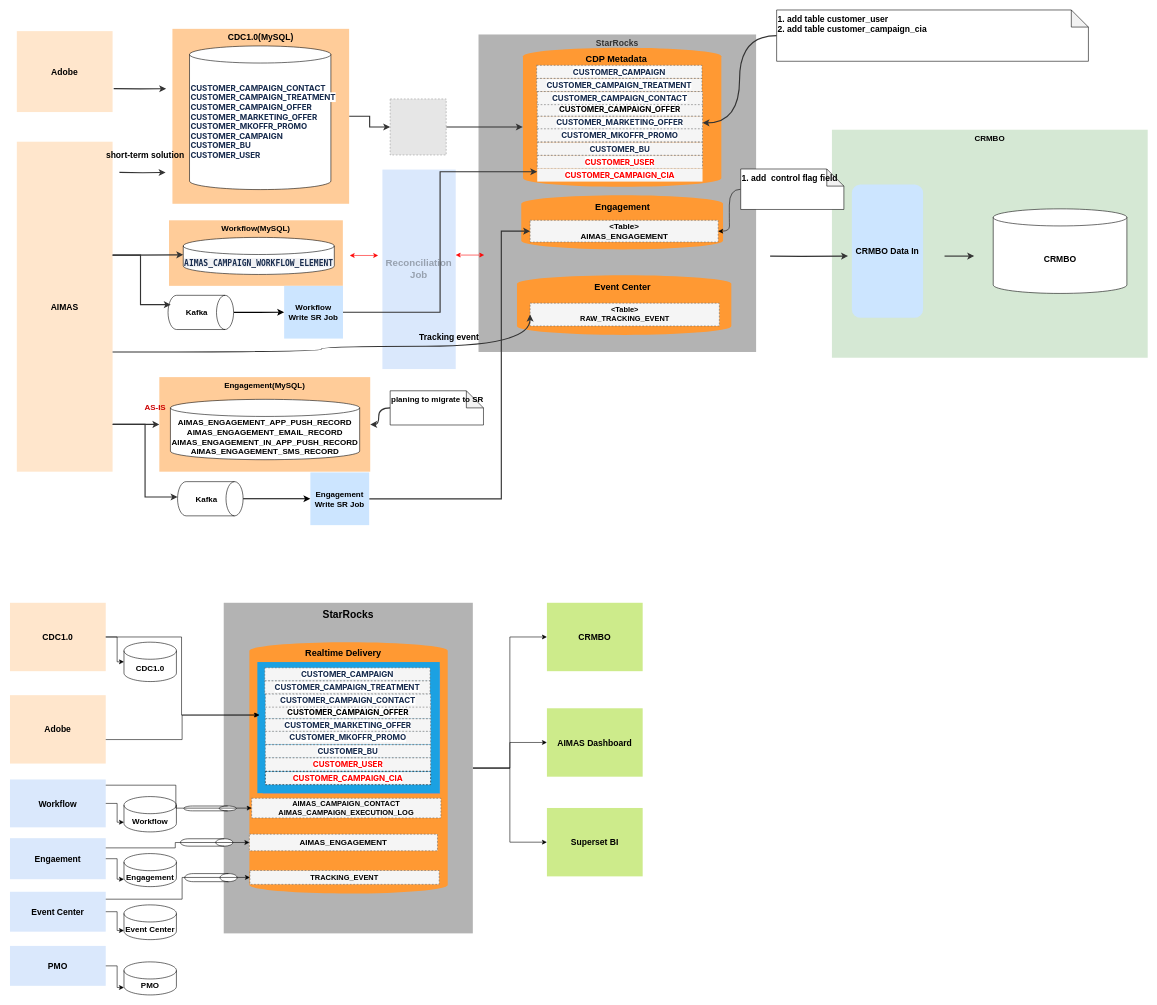
This is techlab/EDP/CRBO data integration strategy V2.drawio from qiufang1314/drawio, a draw.io file, before an edit. Source tidied: cells renumbered, new cells numbered last; positions are measured from the earlier drawing's top-left corner, leaving out a move shared by most shapes. Both pictures are drawn from the tidied source at 57%, with x=0, y=0 at pixel (10, 10). Pictures stored in the file or linked from it are replaced by grey dashed boxes.
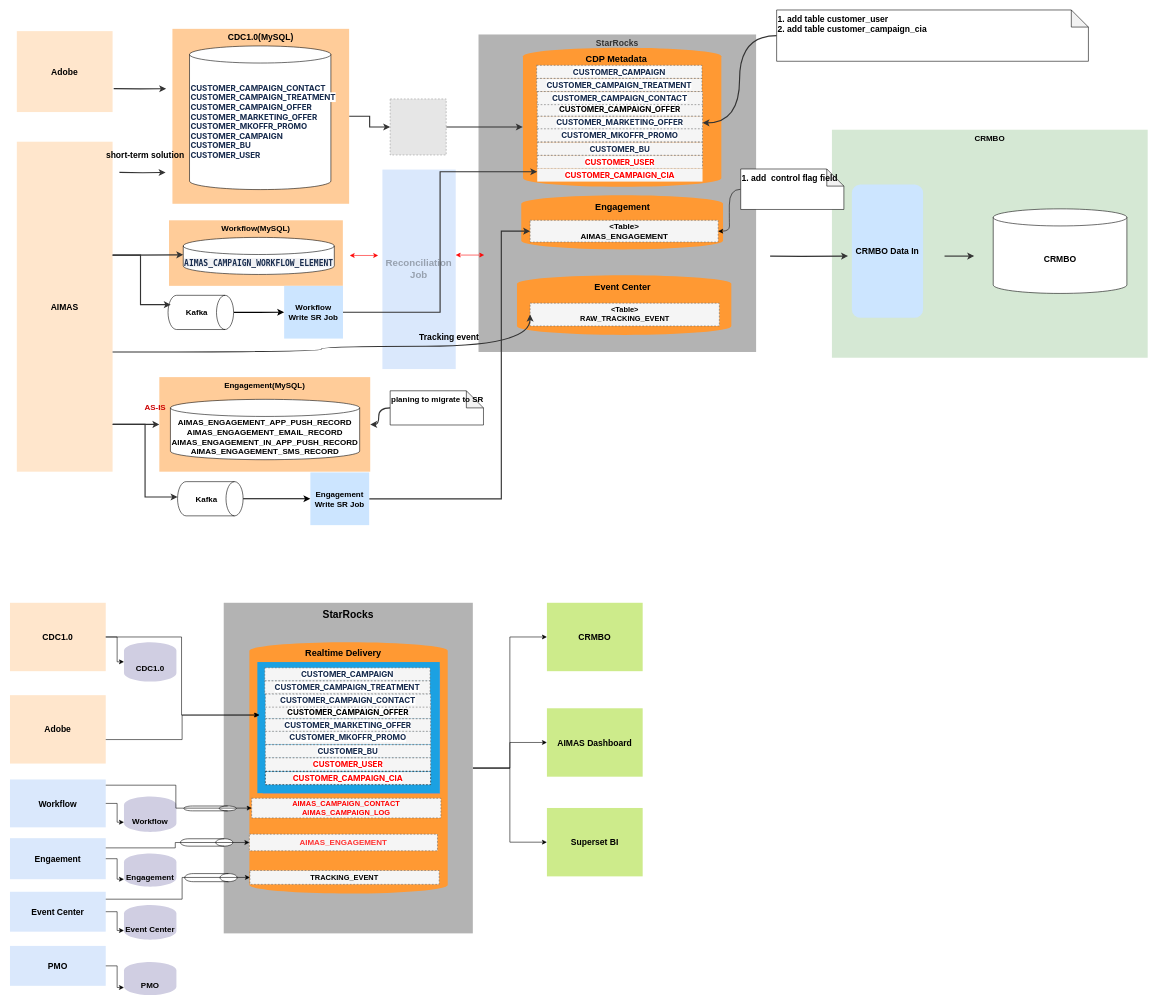
The same page after the edit.

What changed in the source:
```diff
@@
-    <mxCell id="87" value="CDC1.0" style="shape=cylinder3;whiteSpace=wrap;html=1;boundedLbl=1;backgroundOutline=1;size=15;fontSize=14;fontStyle=1;" parent="1" vertex="1">
+    <mxCell id="87" value="CDC1.0" style="shape=cylinder3;whiteSpace=wrap;html=1;boundedLbl=1;backgroundOutline=1;size=15;fontSize=14;fontStyle=1;fillColor=#d0cee2;strokeColor=none;" parent="1" vertex="1">
       <mxGeometry x="200" y="1109.1" width="92" height="69.1" as="geometry" />
     </mxCell>
-    <mxCell id="88" value="Workflow" style="shape=cylinder3;whiteSpace=wrap;html=1;boundedLbl=1;backgroundOutline=1;size=15;fontSize=14;fontStyle=1;" parent="1" vertex="1">
+    <mxCell id="88" value="Workflow" style="shape=cylinder3;whiteSpace=wrap;html=1;boundedLbl=1;backgroundOutline=1;size=15;fontSize=14;fontStyle=1;fillColor=#d0cee2;strokeColor=none;" parent="1" vertex="1">
       <mxGeometry x="200" y="1380" width="92" height="62" as="geometry" />
     </mxCell>
-    <mxCell id="89" value="Engagement" style="shape=cylinder3;whiteSpace=wrap;html=1;boundedLbl=1;backgroundOutline=1;size=15;fontSize=14;fontStyle=1;" parent="1" vertex="1">
+    <mxCell id="89" value="Engagement" style="shape=cylinder3;whiteSpace=wrap;html=1;boundedLbl=1;backgroundOutline=1;size=15;fontSize=14;fontStyle=1;fillColor=#d0cee2;strokeColor=none;" parent="1" vertex="1">
       <mxGeometry x="200" y="1480" width="92" height="58" as="geometry" />
     </mxCell>
-    <mxCell id="90" value="Event Center" style="shape=cylinder3;whiteSpace=wrap;html=1;boundedLbl=1;backgroundOutline=1;size=15;fontSize=14;fontStyle=1;" parent="1" vertex="1">
+    <mxCell id="90" value="Event Center" style="shape=cylinder3;whiteSpace=wrap;html=1;boundedLbl=1;backgroundOutline=1;size=15;fontSize=14;fontStyle=1;fillColor=#d0cee2;strokeColor=none;" parent="1" vertex="1">
       <mxGeometry x="200" y="1570" width="92" height="61" as="geometry" />
     </mxCell>
@@
-    <mxCell id="95" value="PMO" style="shape=cylinder3;whiteSpace=wrap;html=1;boundedLbl=1;backgroundOutline=1;size=15;fontSize=14;fontStyle=1;" parent="1" vertex="1">
+    <mxCell id="95" value="PMO" style="shape=cylinder3;whiteSpace=wrap;html=1;boundedLbl=1;backgroundOutline=1;size=15;fontSize=14;fontStyle=1;fillColor=#d0cee2;strokeColor=none;" parent="1" vertex="1">
       <mxGeometry x="200" y="1670" width="92" height="58" as="geometry" />
     </mxCell>
@@
-    <mxCell id="101" value="&lt;div style=&quot;&quot;&gt;&lt;b style=&quot;background-color: transparent;&quot;&gt;&lt;font style=&quot;font-size: 13px; color: light-dark(rgb(0, 0, 0), rgb(237, 237, 237));&quot;&gt;AIMAS_CAMPAIGN_CONTACT&lt;/font&gt;&lt;/b&gt;&lt;/div&gt;&lt;div style=&quot;&quot;&gt;&lt;b style=&quot;background-color: transparent; color: light-dark(rgb(0, 0, 0), rgb(237, 237, 237));&quot;&gt;&lt;font style=&quot;font-size: 13px;&quot;&gt;AIMAS_CAMPAIGN_EXECUTION_LOG&lt;/font&gt;&lt;/b&gt;&lt;/div&gt;" style="text;html=1;align=center;verticalAlign=middle;whiteSpace=wrap;rounded=0;fillColor=#f5f5f5;fontColor=#333333;strokeColor=#666666;dashed=1;" parent="1" vertex="1">
+    <mxCell id="101" value="&lt;div style=&quot;&quot;&gt;&lt;b style=&quot;background-color: transparent;&quot;&gt;&lt;font style=&quot;font-size: 13px;&quot;&gt;AIMAS_CAMPAIGN_CONTACT&lt;/font&gt;&lt;/b&gt;&lt;/div&gt;&lt;div style=&quot;&quot;&gt;&lt;b style=&quot;background-color: transparent;&quot;&gt;&lt;font style=&quot;font-size: 13px;&quot;&gt;AIMAS_CAMPAIGN_LOG&lt;/font&gt;&lt;/b&gt;&lt;/div&gt;" style="text;html=1;align=center;verticalAlign=middle;whiteSpace=wrap;rounded=0;fillColor=#f5f5f5;fontColor=#FF0000;strokeColor=#666666;dashed=1;" parent="1" vertex="1">
       <mxGeometry x="424" y="1383" width="332" height="34.5" as="geometry" />
     </mxCell>
-    <mxCell id="102" value="&lt;div style=&quot;font-size: 10px;&quot;&gt;&lt;span style=&quot;color: light-dark(rgb(0, 0, 0), rgb(237, 237, 237)); font-size: 14px; font-weight: 700; background-color: transparent;&quot;&gt;AIMAS_ENGAGEMENT&lt;/span&gt;&lt;/div&gt;" style="text;html=1;align=center;verticalAlign=middle;whiteSpace=wrap;rounded=0;fillColor=#f5f5f5;fontColor=#333333;strokeColor=#666666;dashed=1;" parent="1" vertex="1">
+    <mxCell id="102" value="&lt;div style=&quot;font-size: 10px;&quot;&gt;&lt;span style=&quot;font-size: 14px; font-weight: 700; background-color: transparent;&quot;&gt;AIMAS_ENGAGEMENT&lt;/span&gt;&lt;/div&gt;" style="text;html=1;align=center;verticalAlign=middle;whiteSpace=wrap;rounded=0;fillColor=#f5f5f5;fontColor=#FF3333;strokeColor=#666666;dashed=1;" parent="1" vertex="1">
       <mxGeometry x="420" y="1446" width="330" height="29.1" as="geometry" />
     </mxCell>
```
